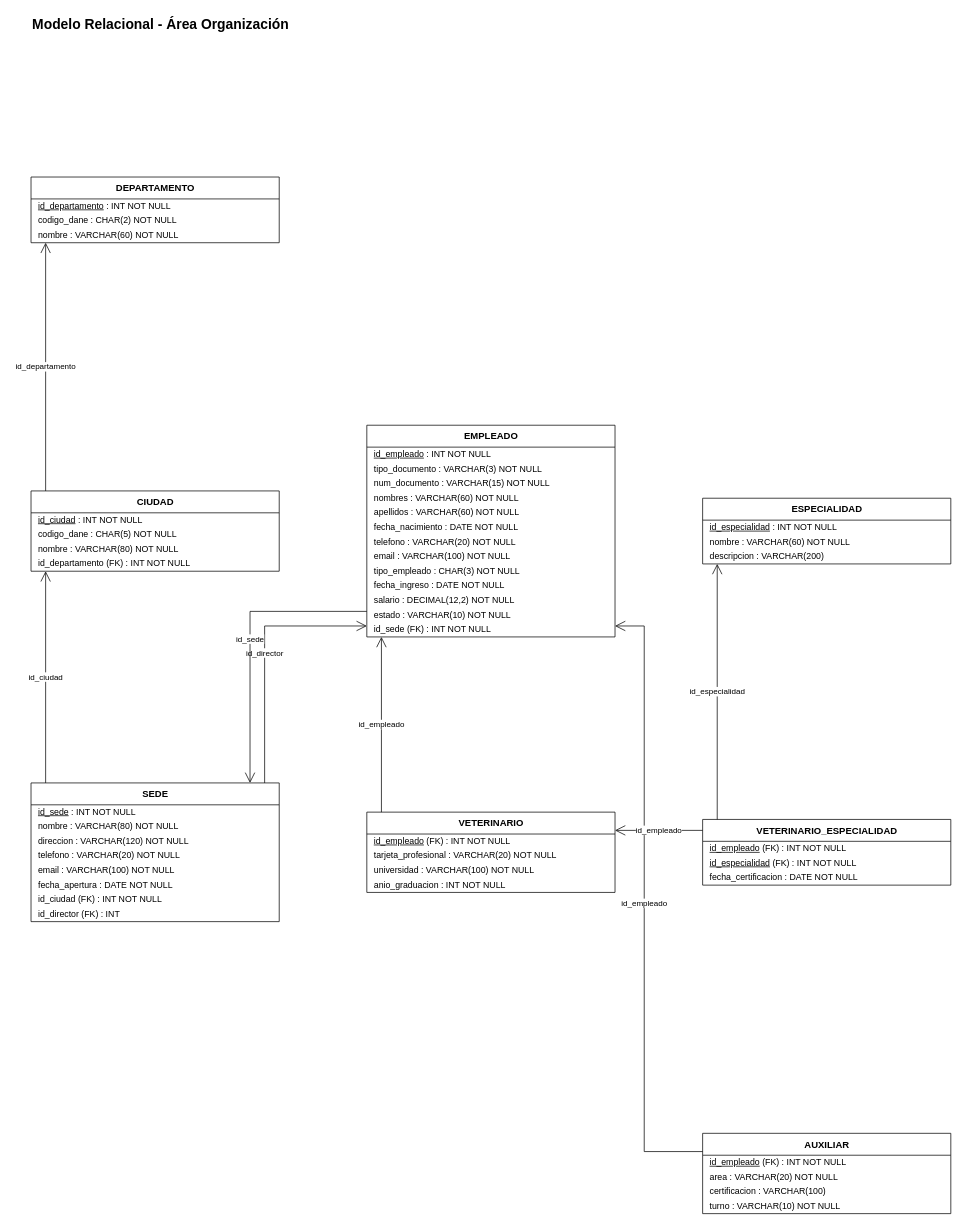
Earlier version of the draw.io diagram documentos/fase1/diagramas_drawio/24_Relacional_Organizacion.drawio (Estarlan/proyecto-bd1-sigevet). Source tidied: cells renumbered, new cells numbered last; positions are measured from the earlier drawing's top-left corner, leaving out a move shared by most shapes. Both pictures are drawn from the tidied source at 73%, with x=0, y=0 at pixel (31, 12).
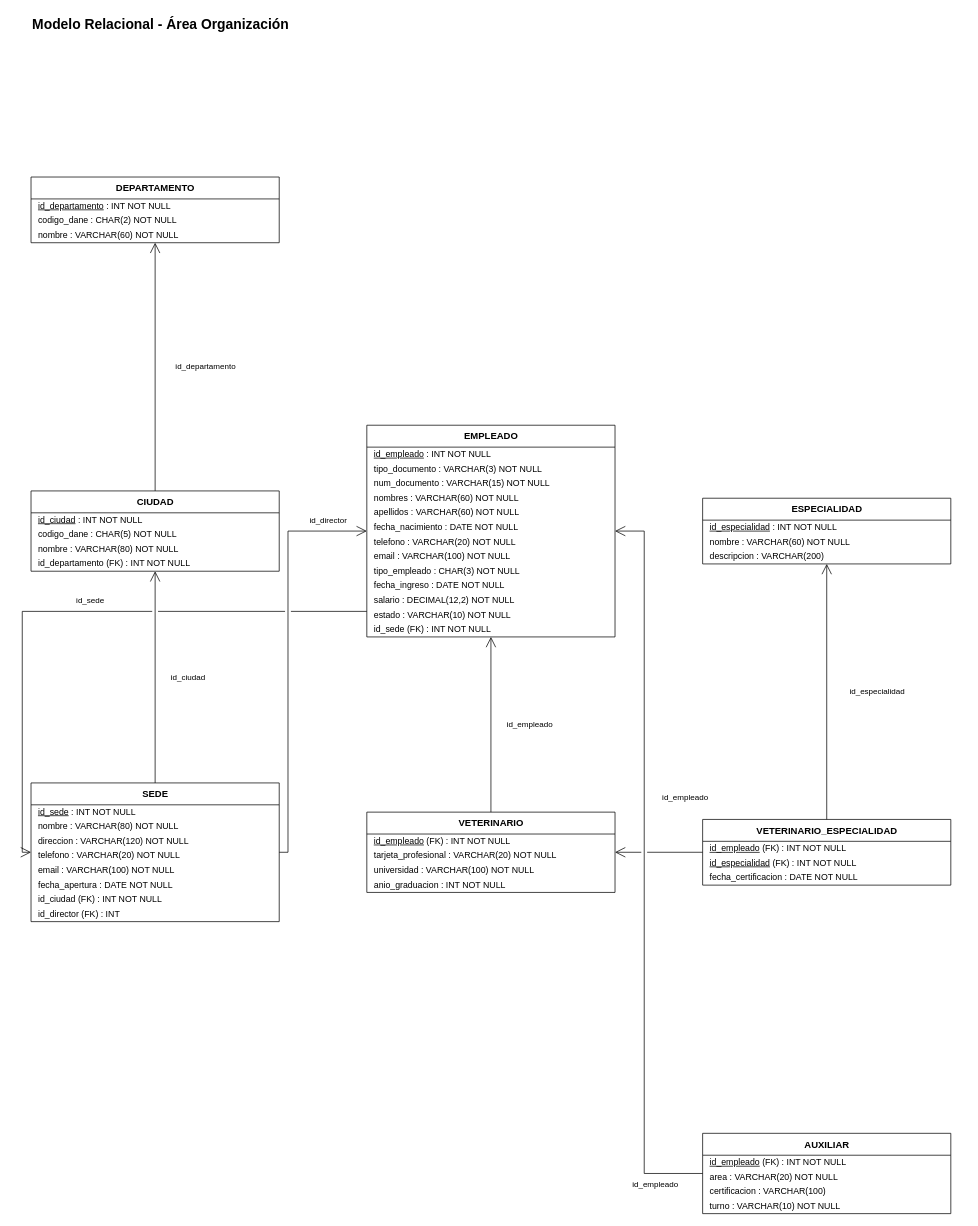
Above is the later version.

The change refers to these unchanged cells:
```xml
<mxCell id="3" value="DEPARTAMENTO" style="swimlane;fontStyle=1;horizontal=1;startSize=30;html=1;fillColor=none;swimlaneFillColor=none;fontSize=13;" parent="1" vertex="1">
  <mxGeometry y="225" width="340" height="90" as="geometry" />
</mxCell>
<mxCell id="7" value="CIUDAD" style="swimlane;fontStyle=1;horizontal=1;startSize=30;html=1;fillColor=none;swimlaneFillColor=none;fontSize=13;" parent="1" vertex="1">
  <mxGeometry y="655" width="340" height="110" as="geometry" />
</mxCell>
<mxCell id="12" value="SEDE" style="swimlane;fontStyle=1;horizontal=1;startSize=30;html=1;fillColor=none;swimlaneFillColor=none;fontSize=13;" parent="1" vertex="1">
  <mxGeometry y="1055" width="340" height="190" as="geometry" />
</mxCell>
<mxCell id="21" value="EMPLEADO" style="swimlane;fontStyle=1;horizontal=1;startSize=30;html=1;fillColor=none;swimlaneFillColor=none;fontSize=13;" parent="1" vertex="1">
  <mxGeometry x="460" y="565" width="340" height="290" as="geometry" />
</mxCell>
<mxCell id="35" value="VETERINARIO" style="swimlane;fontStyle=1;horizontal=1;startSize=30;html=1;fillColor=none;swimlaneFillColor=none;fontSize=13;" parent="1" vertex="1">
  <mxGeometry x="460" y="1095" width="340" height="110" as="geometry" />
</mxCell>
<mxCell id="40" value="AUXILIAR" style="swimlane;fontStyle=1;horizontal=1;startSize=30;html=1;fillColor=none;swimlaneFillColor=none;fontSize=13;" parent="1" vertex="1">
  <mxGeometry x="920" y="1535" width="340" height="110" as="geometry" />
</mxCell>
<mxCell id="45" value="ESPECIALIDAD" style="swimlane;fontStyle=1;horizontal=1;startSize=30;html=1;fillColor=none;swimlaneFillColor=none;fontSize=13;" parent="1" vertex="1">
  <mxGeometry x="920" y="665" width="340" height="90" as="geometry" />
</mxCell>
<mxCell id="49" value="VETERINARIO_ESPECIALIDAD" style="swimlane;fontStyle=1;horizontal=1;startSize=30;html=1;fillColor=none;swimlaneFillColor=none;fontSize=13;" parent="1" vertex="1">
  <mxGeometry x="920" y="1105" width="340" height="90" as="geometry" />
</mxCell>
```

Diff of the diagram source:
```diff
@@
-    <mxCell id="53" value="id_departamento" style="html=1;endArrow=none;fontSize=12;labelBackgroundColor=default;endArrow=open;endFill=0;endSize=12;fontSize=11;jumpStyle=gap;jumpSize=8;edgeStyle=none;rounded=0;exitX=0.05882353;exitY=0.00000000;exitPerimeter=0;entryX=0.05882353;entryY=1.00000000;entryPerimeter=0;" parent="1" edge="1" source="7" target="3">
+    <mxCell id="53" value="id_departamento" style="html=1;endArrow=none;fontSize=12;labelBackgroundColor=default;endArrow=open;endFill=0;endSize=12;fontSize=11;jumpStyle=gap;jumpSize=8;edgeStyle=none;rounded=0;exitX=0.05882353;exitY=0.00000000;exitPerimeter=0;entryX=0.05882353;entryY=1.00000000;entryPerimeter=0;exitX=0.50000000;exitY=0.00000000;exitPerimeter=0;entryX=0.50000000;entryY=1.00000000;entryPerimeter=0;" parent="1" edge="1" source="7" target="3">
       <mxGeometry relative="1" as="geometry">
         <Array as="points">
-          <mxPoint x="20" y="640" />
-          <mxPoint x="20" y="340" />
+          <mxPoint x="170" y="655" />
+          <mxPoint x="170" y="315" />
         </Array>
+        <mxPoint x="68.5" as="offset" />
       </mxGeometry>
     </mxCell>
-    <mxCell id="54" value="id_ciudad" style="html=1;endArrow=none;fontSize=12;labelBackgroundColor=default;endArrow=open;endFill=0;endSize=12;fontSize=11;jumpStyle=gap;jumpSize=8;edgeStyle=none;rounded=0;exitX=0.05882353;exitY=0.00000000;exitPerimeter=0;entryX=0.05882353;entryY=1.00000000;entryPerimeter=0;" parent="1" edge="1" source="12" target="7">
+    <mxCell id="54" value="id_ciudad" style="html=1;endArrow=none;fontSize=12;labelBackgroundColor=default;endArrow=open;endFill=0;endSize=12;fontSize=11;jumpStyle=gap;jumpSize=8;edgeStyle=none;rounded=0;exitX=0.05882353;exitY=0.00000000;exitPerimeter=0;entryX=0.05882353;entryY=1.00000000;entryPerimeter=0;exitX=0.50000000;exitY=0.00000000;exitPerimeter=0;entryX=0.50000000;entryY=1.00000000;entryPerimeter=0;" parent="1" edge="1" source="12" target="7">
       <mxGeometry relative="1" as="geometry">
         <Array as="points">
-          <mxPoint x="20" y="1040" />
-          <mxPoint x="20" y="780" />
+          <mxPoint x="170" y="1055" />
+          <mxPoint x="170" y="765" />
         </Array>
+        <mxPoint x="45.1" as="offset" />
       </mxGeometry>
     </mxCell>
-    <mxCell id="55" value="id_director" style="html=1;endArrow=none;fontSize=12;labelBackgroundColor=default;endArrow=open;endFill=0;endSize=12;fontSize=11;jumpStyle=gap;jumpSize=8;edgeStyle=none;rounded=0;exitX=0.94117647;exitY=0.00000000;exitPerimeter=0;entryX=0.00000000;entryY=0.94827586;entryPerimeter=0;" parent="1" edge="1" source="12" target="21">
-      <mxGeometry relative="1" as="geometry">
+    <mxCell id="55" value="id_director" style="html=1;endArrow=none;fontSize=12;labelBackgroundColor=default;endArrow=open;endFill=0;endSize=12;fontSize=11;jumpStyle=gap;jumpSize=8;edgeStyle=none;rounded=0;exitX=0.94117647;exitY=0.00000000;exitPerimeter=0;entryX=0.00000000;entryY=0.94827586;entryPerimeter=0;exitX=1.00000000;exitY=0.50000000;exitPerimeter=0;entryX=0.00000000;entryY=0.50000000;entryPerimeter=0;" parent="1" edge="1" source="12" target="21">
+      <mxGeometry x="0.81" relative="1" as="geometry">
         <Array as="points">
-          <mxPoint x="320" y="1040" />
-          <mxPoint x="320" y="840" />
-          <mxPoint x="440" y="840" />
+          <mxPoint x="340" y="1150" />
+          <mxPoint x="352" y="1150" />
+          <mxPoint x="352" y="710" />
+          <mxPoint x="460" y="710" />
         </Array>
+        <mxPoint y="-15.1" as="offset" />
       </mxGeometry>
     </mxCell>
-    <mxCell id="56" value="id_sede" style="html=1;endArrow=none;fontSize=12;labelBackgroundColor=default;endArrow=open;endFill=0;endSize=12;fontSize=11;jumpStyle=gap;jumpSize=8;edgeStyle=none;rounded=0;exitX=0.00000000;exitY=0.87931034;exitPerimeter=0;entryX=0.88235294;entryY=0.00000000;entryPerimeter=0;" parent="1" edge="1" source="21" target="12">
-      <mxGeometry relative="1" as="geometry">
+    <mxCell id="56" value="id_sede" style="html=1;endArrow=none;fontSize=12;labelBackgroundColor=default;endArrow=open;endFill=0;endSize=12;fontSize=11;jumpStyle=gap;jumpSize=8;edgeStyle=none;rounded=0;exitX=0.00000000;exitY=0.87931034;exitPerimeter=0;entryX=0.88235294;entryY=0.00000000;entryPerimeter=0;exitX=0.00000000;exitY=0.87931034;exitPerimeter=0;entryX=0.00000000;entryY=0.50000000;entryPerimeter=0;" parent="1" edge="1" source="21" target="12">
+      <mxGeometry x="-0.07" relative="1" as="geometry">
         <Array as="points">
-          <mxPoint x="440" y="820" />
-          <mxPoint x="300" y="820" />
-          <mxPoint x="300" y="1040" />
+          <mxPoint x="460" y="820" />
+          <mxPoint x="-12" y="820" />
+          <mxPoint x="-12" y="1150" />
+          <mxPoint y="1150" />
         </Array>
+        <mxPoint y="-15.1" as="offset" />
       </mxGeometry>
     </mxCell>
-    <mxCell id="57" value="id_empleado" style="html=1;endArrow=none;fontSize=12;labelBackgroundColor=default;endArrow=open;endFill=0;endSize=12;fontSize=11;jumpStyle=gap;jumpSize=8;edgeStyle=none;rounded=0;exitX=0.05882353;exitY=0.00000000;exitPerimeter=0;entryX=0.05882353;entryY=1.00000000;entryPerimeter=0;" parent="1" edge="1" source="35" target="21">
+    <mxCell id="57" value="id_empleado" style="html=1;endArrow=none;fontSize=12;labelBackgroundColor=default;endArrow=open;endFill=0;endSize=12;fontSize=11;jumpStyle=gap;jumpSize=8;edgeStyle=none;rounded=0;exitX=0.05882353;exitY=0.00000000;exitPerimeter=0;entryX=0.05882353;entryY=1.00000000;entryPerimeter=0;exitX=0.50000000;exitY=0.00000000;exitPerimeter=0;entryX=0.50000000;entryY=1.00000000;entryPerimeter=0;" parent="1" edge="1" source="35" target="21">
       <mxGeometry relative="1" as="geometry">
         <Array as="points">
-          <mxPoint x="480" y="1080" />
-          <mxPoint x="480" y="880" />
+          <mxPoint x="630" y="1095" />
+          <mxPoint x="630" y="855" />
         </Array>
+        <mxPoint x="52.9" as="offset" />
       </mxGeometry>
     </mxCell>
-    <mxCell id="58" value="id_empleado" style="html=1;endArrow=none;fontSize=12;labelBackgroundColor=default;endArrow=open;endFill=0;endSize=12;fontSize=11;jumpStyle=gap;jumpSize=8;edgeStyle=none;rounded=0;exitX=0.00000000;exitY=0.22727273;exitPerimeter=0;entryX=1.00000000;entryY=0.94827586;entryPerimeter=0;" parent="1" edge="1" source="40" target="21">
-      <mxGeometry relative="1" as="geometry">
+    <mxCell id="58" value="id_empleado" style="html=1;endArrow=none;fontSize=12;labelBackgroundColor=default;endArrow=open;endFill=0;endSize=12;fontSize=11;jumpStyle=gap;jumpSize=8;edgeStyle=none;rounded=0;exitX=0.00000000;exitY=0.22727273;exitPerimeter=0;entryX=1.00000000;entryY=0.94827586;entryPerimeter=0;exitX=0.00000000;exitY=0.50000000;exitPerimeter=0;entryX=1.00000000;entryY=0.50000000;entryPerimeter=0;" parent="1" edge="1" source="40" target="21">
+      <mxGeometry x="-0.87" relative="1" as="geometry">
         <Array as="points">
-          <mxPoint x="900" y="1560" />
-          <mxPoint x="840" y="1560" />
-          <mxPoint x="840" y="840" />
-          <mxPoint x="820" y="840" />
+          <mxPoint x="920" y="1590" />
+          <mxPoint x="840" y="1590" />
+          <mxPoint x="840" y="710" />
+          <mxPoint x="800" y="710" />
         </Array>
+        <mxPoint y="15.1" as="offset" />
       </mxGeometry>
     </mxCell>
-    <mxCell id="59" value="id_empleado" style="html=1;endArrow=none;fontSize=12;labelBackgroundColor=default;endArrow=open;endFill=0;endSize=12;fontSize=11;jumpStyle=gap;jumpSize=8;edgeStyle=none;rounded=0;exitX=0.00000000;exitY=0.16666667;exitPerimeter=0;entryX=1.00000000;entryY=0.22727273;entryPerimeter=0;" parent="1" edge="1" source="49" target="35">
-      <mxGeometry relative="1" as="geometry">
+    <mxCell id="59" value="id_empleado" style="html=1;endArrow=none;fontSize=12;labelBackgroundColor=default;endArrow=open;endFill=0;endSize=12;fontSize=11;jumpStyle=gap;jumpSize=8;edgeStyle=none;rounded=0;exitX=0.00000000;exitY=0.16666667;exitPerimeter=0;entryX=1.00000000;entryY=0.22727273;entryPerimeter=0;exitX=0.00000000;exitY=0.50000000;exitPerimeter=0;entryX=1.00000000;entryY=0.50000000;entryPerimeter=0;" parent="1" edge="1" source="49" target="35">
+      <mxGeometry x="-0.6" relative="1" as="geometry">
         <Array as="points">
-          <mxPoint x="900" y="1120" />
-          <mxPoint x="820" y="1120" />
+          <mxPoint x="920" y="1150" />
+          <mxPoint x="800" y="1150" />
         </Array>
+        <mxPoint y="-75.1" as="offset" />
       </mxGeometry>
     </mxCell>
-    <mxCell id="60" value="id_especialidad" style="html=1;endArrow=none;fontSize=12;labelBackgroundColor=default;endArrow=open;endFill=0;endSize=12;fontSize=11;jumpStyle=gap;jumpSize=8;edgeStyle=none;rounded=0;exitX=0.05882353;exitY=0.00000000;exitPerimeter=0;entryX=0.05882353;entryY=1.00000000;entryPerimeter=0;" parent="1" edge="1" source="49" target="45">
+    <mxCell id="60" value="id_especialidad" style="html=1;endArrow=none;fontSize=12;labelBackgroundColor=default;endArrow=open;endFill=0;endSize=12;fontSize=11;jumpStyle=gap;jumpSize=8;edgeStyle=none;rounded=0;exitX=0.05882353;exitY=0.00000000;exitPerimeter=0;entryX=0.05882353;entryY=1.00000000;entryPerimeter=0;exitX=0.50000000;exitY=0.00000000;exitPerimeter=0;entryX=0.50000000;entryY=1.00000000;entryPerimeter=0;" parent="1" edge="1" source="49" target="45">
       <mxGeometry relative="1" as="geometry">
         <Array as="points">
-          <mxPoint x="940" y="1080" />
-          <mxPoint x="940" y="780" />
+          <mxPoint x="1090" y="1105" />
+          <mxPoint x="1090" y="755" />
         </Array>
+        <mxPoint x="68.5" as="offset" />
       </mxGeometry>
     </mxCell>
```
